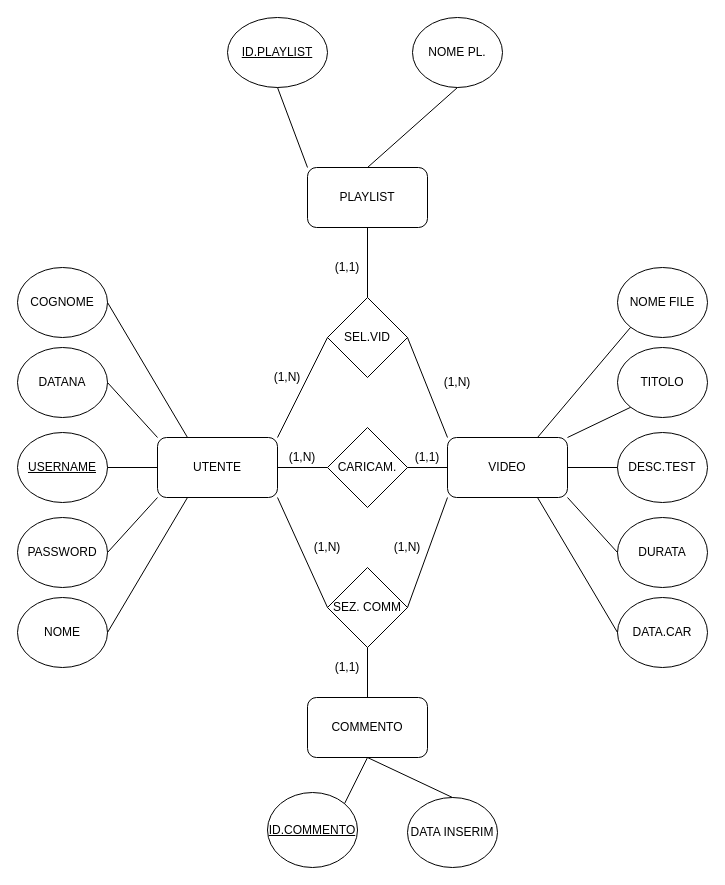
Earlier version of the draw.io diagram esame.drawio (LilAnciel/Project). Source tidied: cells renumbered, new cells numbered last; positions are measured from the earlier drawing's top-left corner, leaving out a move shared by most shapes. Both pictures are drawn from the tidied source at 100%, with x=0, y=0 at pixel (17, 17).
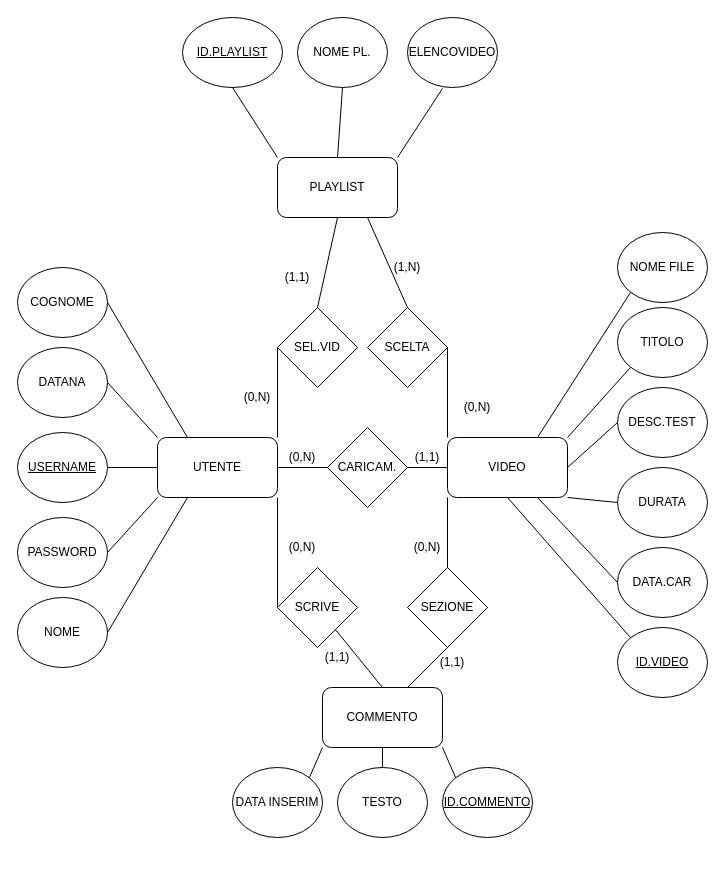
The same page after the edit.

Unchanged cells that the change refers to:
```xml
<mxCell id="3" value="VIDEO" style="rounded=1;whiteSpace=wrap;html=1;" parent="1" vertex="1">
  <mxGeometry x="430" y="420" width="120" height="60" as="geometry" />
</mxCell>
```

Change to the diagram source:
```diff
@@
-    <mxCell id="4" value="COMMENTO" style="rounded=1;whiteSpace=wrap;html=1;" parent="1" vertex="1">
-      <mxGeometry x="290" y="680" width="120" height="60" as="geometry" />
-    </mxCell>
     <mxCell id="5" value="PLAYLIST" style="rounded=1;whiteSpace=wrap;html=1;" parent="1" vertex="1">
-      <mxGeometry x="290" y="150" width="120" height="60" as="geometry" />
+      <mxGeometry x="260" y="140" width="120" height="60" as="geometry" />
     </mxCell>
@@
     <mxCell id="7" value="SEL.VID" style="rhombus;whiteSpace=wrap;html=1;" parent="1" vertex="1">
-      <mxGeometry x="310" y="280" width="80" height="80" as="geometry" />
+      <mxGeometry x="260" y="290" width="80" height="80" as="geometry" />
     </mxCell>
-    <mxCell id="8" value="SEZ. COMM" style="rhombus;whiteSpace=wrap;html=1;" parent="1" vertex="1">
-      <mxGeometry x="310" y="550" width="80" height="80" as="geometry" />
+    <mxCell id="8" value="SCRIVE" style="rhombus;whiteSpace=wrap;html=1;" parent="1" vertex="1">
+      <mxGeometry x="260" y="550" width="80" height="80" as="geometry" />
     </mxCell>
@@
-    <mxCell id="12" style="endArrow=none;html=1;exitX=1;exitY=0.5;exitDx=0;exitDy=0;entryX=0;entryY=1;entryDx=0;entryDy=0;" parent="1" edge="1" source="8" target="3">
+    <mxCell id="12" style="endArrow=none;html=1;entryX=0;entryY=1;entryDx=0;entryDy=0;exitX=0.5;exitY=0;exitDx=0;exitDy=0;" parent="1" edge="1" source="63" target="3">
       <mxGeometry relative="1" as="geometry" />
     </mxCell>
-    <mxCell id="13" style="endArrow=none;html=1;exitX=0.5;exitY=1;exitDx=0;exitDy=0;entryX=0.5;entryY=0;entryDx=0;entryDy=0;" parent="1" edge="1" source="8" target="4">
-      <mxGeometry relative="1" as="geometry" />
-    </mxCell>
     <mxCell id="14" value="DATA INSERIM" style="ellipse;whiteSpace=wrap;html=1;" parent="1" vertex="1">
-      <mxGeometry x="390" y="780" width="90" height="70" as="geometry" />
+      <mxGeometry x="215" y="750" width="90" height="70" as="geometry" />
     </mxCell>
@@
-    <mxCell id="18" style="endArrow=none;html=1;exitX=0.5;exitY=1;exitDx=0;exitDy=0;entryX=0.5;entryY=0;entryDx=0;entryDy=0;" parent="1" edge="1" source="4" target="14">
-      <mxGeometry relative="1" as="geometry" />
-    </mxCell>
-    <mxCell id="19" style="endArrow=none;html=1;entryX=1;entryY=0.5;entryDx=0;entryDy=0;exitX=0;exitY=0;exitDx=0;exitDy=0;" parent="1" edge="1" source="3" target="7">
-      <mxGeometry relative="1" as="geometry" />
-    </mxCell>
@@
     <mxCell id="29" value="NOME PL." style="ellipse;whiteSpace=wrap;html=1;" parent="1" vertex="1">
-      <mxGeometry x="395" width="90" height="70" as="geometry" />
+      <mxGeometry x="280" width="90" height="70" as="geometry" />
     </mxCell>
     <mxCell id="30" value="DATA.CAR" style="ellipse;whiteSpace=wrap;html=1;" parent="1" vertex="1">
-      <mxGeometry x="600" y="580" width="90" height="70" as="geometry" />
+      <mxGeometry x="600" y="530" width="90" height="70" as="geometry" />
     </mxCell>
     <mxCell id="31" value="NOME FILE" style="ellipse;whiteSpace=wrap;html=1;" parent="1" vertex="1">
-      <mxGeometry x="600" y="250" width="90" height="70" as="geometry" />
+      <mxGeometry x="600" y="215" width="90" height="70" as="geometry" />
     </mxCell>
     <mxCell id="32" value="DESC.TEST" style="ellipse;whiteSpace=wrap;html=1;" parent="1" vertex="1">
-      <mxGeometry x="600" y="415" width="90" height="70" as="geometry" />
+      <mxGeometry x="600" y="370" width="90" height="70" as="geometry" />
     </mxCell>
     <mxCell id="33" value="TITOLO" style="ellipse;whiteSpace=wrap;html=1;" parent="1" vertex="1">
-      <mxGeometry x="600" y="330" width="90" height="70" as="geometry" />
+      <mxGeometry x="600" y="290" width="90" height="70" as="geometry" />
     </mxCell>
     <mxCell id="34" value="DURATA" style="ellipse;whiteSpace=wrap;html=1;" parent="1" vertex="1">
-      <mxGeometry x="600" y="500" width="90" height="70" as="geometry" />
+      <mxGeometry x="600" y="450" width="90" height="70" as="geometry" />
     </mxCell>
@@
-    <mxCell id="42" value="(1,N)" style="text;html=1;strokeColor=none;fillColor=none;align=center;verticalAlign=middle;whiteSpace=wrap;rounded=0;" parent="1" vertex="1">
+    <mxCell id="42" value="(0,N)" style="text;html=1;strokeColor=none;fillColor=none;align=center;verticalAlign=middle;whiteSpace=wrap;rounded=0;" parent="1" vertex="1">
       <mxGeometry x="265" y="430" width="40" height="20" as="geometry" />
     </mxCell>
-    <mxCell id="43" value="(1,1)" style="text;html=1;strokeColor=none;fillColor=none;align=center;verticalAlign=middle;whiteSpace=wrap;rounded=0;" parent="1" vertex="1">
-      <mxGeometry x="310" y="640" width="40" height="20" as="geometry" />
-    </mxCell>
-    <mxCell id="44" value="(1,N)" style="text;html=1;strokeColor=none;fillColor=none;align=center;verticalAlign=middle;whiteSpace=wrap;rounded=0;" parent="1" vertex="1">
-      <mxGeometry x="370" y="520" width="40" height="20" as="geometry" />
+    <mxCell id="44" value="(0,N)" style="text;html=1;strokeColor=none;fillColor=none;align=center;verticalAlign=middle;whiteSpace=wrap;rounded=0;" parent="1" vertex="1">
+      <mxGeometry x="390" y="520" width="40" height="20" as="geometry" />
     </mxCell>
-    <mxCell id="45" value="(1,N)" style="text;html=1;strokeColor=none;fillColor=none;align=center;verticalAlign=middle;whiteSpace=wrap;rounded=0;" parent="1" vertex="1">
-      <mxGeometry x="290" y="520" width="40" height="20" as="geometry" />
+    <mxCell id="45" value="(0,N)" style="text;html=1;strokeColor=none;fillColor=none;align=center;verticalAlign=middle;whiteSpace=wrap;rounded=0;" parent="1" vertex="1">
+      <mxGeometry x="265" y="520" width="40" height="20" as="geometry" />
     </mxCell>
     <mxCell id="46" value="(1,1)" style="text;html=1;strokeColor=none;fillColor=none;align=center;verticalAlign=middle;whiteSpace=wrap;rounded=0;" parent="1" vertex="1">
-      <mxGeometry x="310" y="240" width="40" height="20" as="geometry" />
+      <mxGeometry x="260" y="250" width="40" height="20" as="geometry" />
     </mxCell>
-    <mxCell id="47" value="(1,N)" style="text;html=1;strokeColor=none;fillColor=none;align=center;verticalAlign=middle;whiteSpace=wrap;rounded=0;" parent="1" vertex="1">
-      <mxGeometry x="250" y="350" width="40" height="20" as="geometry" />
+    <mxCell id="47" value="(0,N)" style="text;html=1;strokeColor=none;fillColor=none;align=center;verticalAlign=middle;whiteSpace=wrap;rounded=0;" parent="1" vertex="1">
+      <mxGeometry x="220" y="370" width="40" height="20" as="geometry" />
     </mxCell>
-    <mxCell id="48" value="(1,N)" style="text;html=1;strokeColor=none;fillColor=none;align=center;verticalAlign=middle;whiteSpace=wrap;rounded=0;" parent="1" vertex="1">
-      <mxGeometry x="420" y="355" width="40" height="20" as="geometry" />
+    <mxCell id="48" value="(0,N)" style="text;html=1;strokeColor=none;fillColor=none;align=center;verticalAlign=middle;whiteSpace=wrap;rounded=0;" parent="1" vertex="1">
+      <mxGeometry x="440" y="380" width="40" height="20" as="geometry" />
     </mxCell>
     <mxCell id="49" value="&lt;u&gt;ID.PLAYLIST&lt;/u&gt;" style="ellipse;whiteSpace=wrap;html=1;" parent="1" vertex="1">
-      <mxGeometry x="210" width="100" height="70" as="geometry" />
+      <mxGeometry x="165" width="100" height="70" as="geometry" />
     </mxCell>
@@
+    <mxCell id="53" value="TESTO" style="ellipse;whiteSpace=wrap;html=1;" parent="1" vertex="1">
+      <mxGeometry x="320" y="750" width="90" height="70" as="geometry" />
+    </mxCell>
+    <mxCell id="54" style="endArrow=none;html=1;exitX=0.5;exitY=0;exitDx=0;exitDy=0;" parent="1" edge="1" source="4" target="8">
+      <mxGeometry relative="1" as="geometry" />
+    </mxCell>
+    <mxCell id="55" value="ELENCOVIDEO" style="ellipse;whiteSpace=wrap;html=1;" parent="1" vertex="1">
+      <mxGeometry x="390" width="90" height="70" as="geometry" />
+    </mxCell>
+    <mxCell id="56" style="endArrow=none;html=1;entryX=0.389;entryY=1.014;entryDx=0;entryDy=0;entryPerimeter=0;exitX=1;exitY=0;exitDx=0;exitDy=0;" parent="1" edge="1" source="5" target="55">
+      <mxGeometry relative="1" as="geometry" />
+    </mxCell>
+    <mxCell id="57" value="SCELTA" style="rhombus;whiteSpace=wrap;html=1;" parent="1" vertex="1">
+      <mxGeometry x="350" y="290" width="80" height="80" as="geometry" />
+    </mxCell>
+    <mxCell id="58" style="endArrow=none;html=1;exitX=0;exitY=0;exitDx=0;exitDy=0;entryX=1;entryY=0.5;entryDx=0;entryDy=0;" parent="1" edge="1" source="3" target="57">
+      <mxGeometry relative="1" as="geometry" />
+    </mxCell>
+    <mxCell id="59" style="endArrow=none;html=1;entryX=0.75;entryY=1;entryDx=0;entryDy=0;exitX=0.5;exitY=0;exitDx=0;exitDy=0;" parent="1" edge="1" source="57" target="5">
+      <mxGeometry relative="1" as="geometry" />
+    </mxCell>
+    <mxCell id="60" value="(1,N)" style="text;html=1;strokeColor=none;fillColor=none;align=center;verticalAlign=middle;whiteSpace=wrap;rounded=0;" parent="1" vertex="1">
+      <mxGeometry x="370" y="240" width="40" height="20" as="geometry" />
+    </mxCell>
+    <mxCell id="61" value="&lt;u&gt;ID.VIDEO&lt;/u&gt;" style="ellipse;whiteSpace=wrap;html=1;" parent="1" vertex="1">
+      <mxGeometry x="600" y="610" width="90" height="70" as="geometry" />
+    </mxCell>
+    <mxCell id="62" style="endArrow=none;html=1;entryX=0.5;entryY=1;entryDx=0;entryDy=0;exitX=0;exitY=0;exitDx=0;exitDy=0;" parent="1" edge="1" source="61" target="3">
+      <mxGeometry relative="1" as="geometry" />
+    </mxCell>
+    <mxCell id="4" value="COMMENTO" style="rounded=1;whiteSpace=wrap;html=1;" parent="1" vertex="1">
+      <mxGeometry x="305" y="670" width="120" height="60" as="geometry" />
+    </mxCell>
+    <mxCell id="63" value="SEZIONE" style="rhombus;whiteSpace=wrap;html=1;" parent="1" vertex="1">
+      <mxGeometry x="390" y="550" width="80" height="80" as="geometry" />
+    </mxCell>
     <mxCell id="51" value="&lt;u&gt;ID.COMMENTO&lt;/u&gt;" style="ellipse;whiteSpace=wrap;html=1;" parent="1" vertex="1">
-      <mxGeometry x="250" y="775" width="90" height="75" as="geometry" />
+      <mxGeometry x="425" y="750" width="90" height="70" as="geometry" />
     </mxCell>
+    <mxCell id="64" style="endArrow=none;html=1;entryX=0.5;entryY=1;entryDx=0;entryDy=0;" parent="1" edge="1" target="63">
+      <mxGeometry relative="1" as="geometry">
+        <mxPoint x="390" y="670" as="sourcePoint" />
+      </mxGeometry>
+    </mxCell>
+    <mxCell id="65" value="(1,1)" style="text;html=1;strokeColor=none;fillColor=none;align=center;verticalAlign=middle;whiteSpace=wrap;rounded=0;" parent="1" vertex="1">
+      <mxGeometry x="300" y="630" width="40" height="20" as="geometry" />
+    </mxCell>
+    <mxCell id="66" value="(1,1)" style="text;html=1;strokeColor=none;fillColor=none;align=center;verticalAlign=middle;whiteSpace=wrap;rounded=0;" parent="1" vertex="1">
+      <mxGeometry x="415" y="635" width="40" height="20" as="geometry" />
+    </mxCell>
+    <mxCell id="67" style="endArrow=none;html=1;exitX=1;exitY=0;exitDx=0;exitDy=0;entryX=0;entryY=1;entryDx=0;entryDy=0;" parent="1" edge="1" source="14" target="4">
+      <mxGeometry relative="1" as="geometry" />
+    </mxCell>
+    <mxCell id="68" style="endArrow=none;html=1;exitX=0.5;exitY=0;exitDx=0;exitDy=0;entryX=0.5;entryY=1;entryDx=0;entryDy=0;" parent="1" edge="1" source="53" target="4">
+      <mxGeometry relative="1" as="geometry" />
+    </mxCell>
-    <mxCell id="52" style="endArrow=none;html=1;entryX=0.5;entryY=1;entryDx=0;entryDy=0;exitX=1;exitY=0;exitDx=0;exitDy=0;" parent="1" edge="1" source="51" target="4">
+    <mxCell id="52" style="endArrow=none;html=1;exitX=0;exitY=0;exitDx=0;exitDy=0;entryX=1;entryY=1;entryDx=0;entryDy=0;" parent="1" edge="1" source="51" target="4">
       <mxGeometry relative="1" as="geometry" />
     </mxCell>
```
